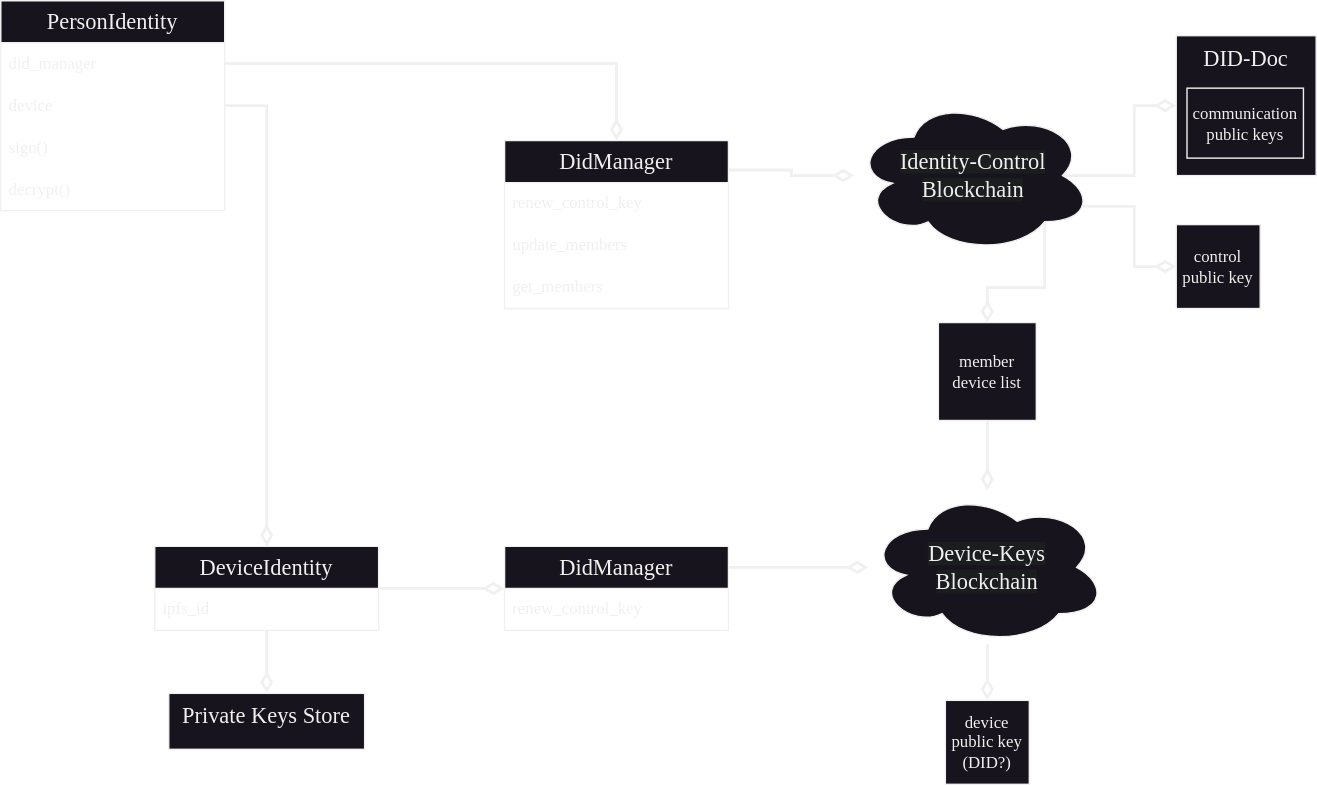
This is KeyManagement.drawio.svg from emendir/WalytisIdentities, a draw.io export, as it was before one commit. Source tidied: cells renumbered, new cells last; positions are measured from the earlier drawing's top-left corner, leaving out a move shared by most shapes.
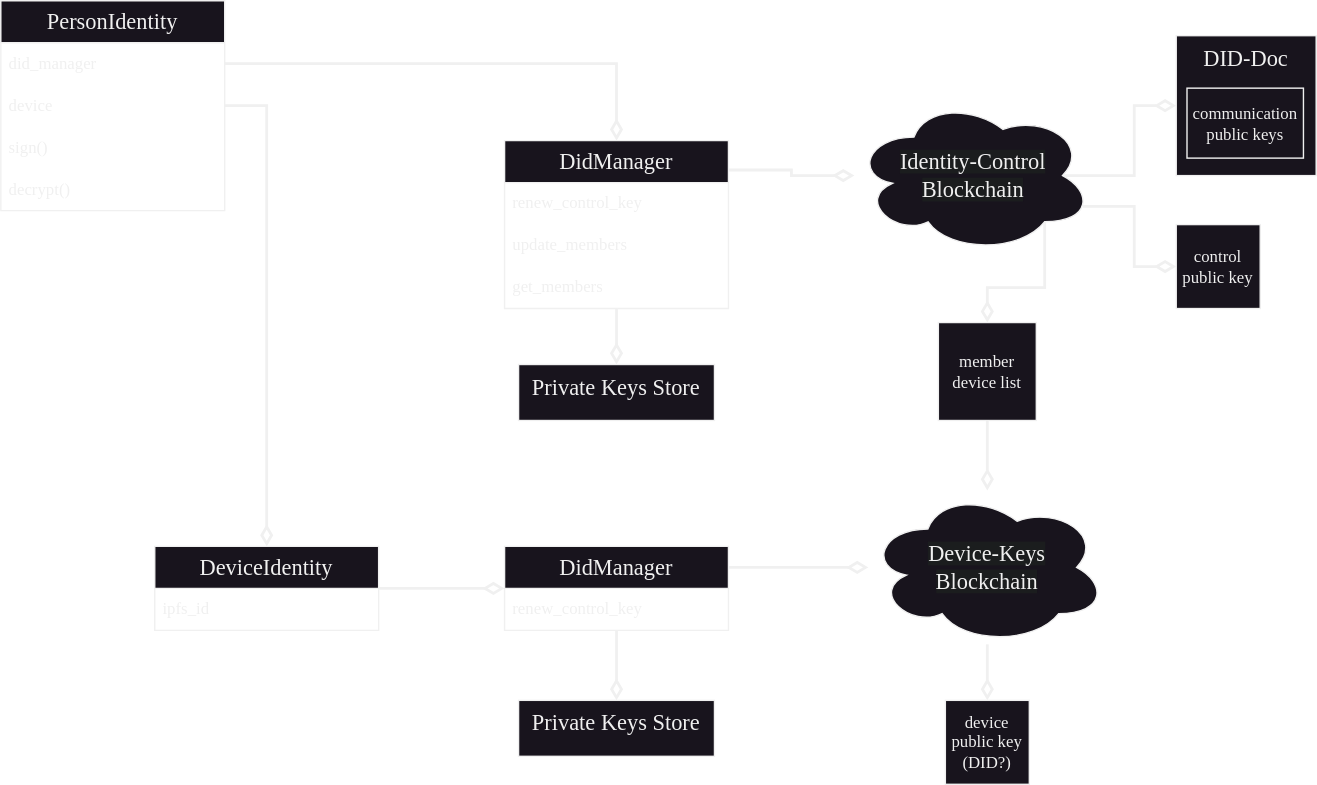
After the commit.

The edit, as a diff of the source:
```diff
@@ -24,9 +24,9 @@
       <mxGeometry relative="1" as="geometry" />
     </mxCell>
     <mxCell id="9" value="Private Keys Store" style="rounded=0;whiteSpace=wrap;html=1;fontSize=16;verticalAlign=top;fontFamily=Libertinus;" parent="1" vertex="1">
-      <mxGeometry x="120" y="495" width="140" height="40" as="geometry" />
+      <mxGeometry x="370" y="500" width="140" height="40" as="geometry" />
     </mxCell>
-    <mxCell id="10" style="edgeStyle=orthogonalEdgeStyle;rounded=0;jettySize=auto;html=1;endArrow=diamondThin;endFill=0;strokeWidth=2;fontFamily=Libertinus;endSize=10;" parent="1" edge="1" source="21" target="9">
+    <mxCell id="10" style="edgeStyle=orthogonalEdgeStyle;rounded=0;jettySize=auto;html=1;endArrow=diamondThin;endFill=0;strokeWidth=2;fontFamily=Libertinus;endSize=10;" parent="1" edge="1" source="32" target="9">
       <mxGeometry relative="1" as="geometry" />
     </mxCell>
     <mxCell id="11" style="rounded=0;jettySize=auto;html=1;endArrow=diamondThin;endFill=0;strokeWidth=2;fontFamily=Libertinus;endSize=10;exitX=1;exitY=0.5;exitDx=0;exitDy=0;edgeStyle=orthogonalEdgeStyle;" parent="1" edge="1" source="27" target="21">
@@ -98,5 +98,11 @@
     <mxCell id="33" value="renew_control_key" style="text;strokeColor=none;fillColor=none;align=left;verticalAlign=middle;spacingLeft=4;spacingRight=4;overflow=hidden;whiteSpace=wrap;html=1;fontFamily=Libertinus;" parent="32" vertex="1">
       <mxGeometry y="30" width="160" height="30" as="geometry" />
     </mxCell>
+    <mxCell id="34" value="Private Keys Store" style="rounded=0;whiteSpace=wrap;html=1;fontSize=16;verticalAlign=top;fontFamily=Libertinus;" parent="1" vertex="1">
+      <mxGeometry x="370" y="260" width="140" height="40" as="geometry" />
+    </mxCell>
+    <mxCell id="35" style="edgeStyle=orthogonalEdgeStyle;rounded=0;jettySize=auto;html=1;endArrow=diamondThin;endFill=0;strokeWidth=2;fontFamily=Libertinus;endSize=10;" parent="1" edge="1" source="12" target="34">
+      <mxGeometry relative="1" as="geometry" />
+    </mxCell>
   </root>
 </mxGraphModel>
```
